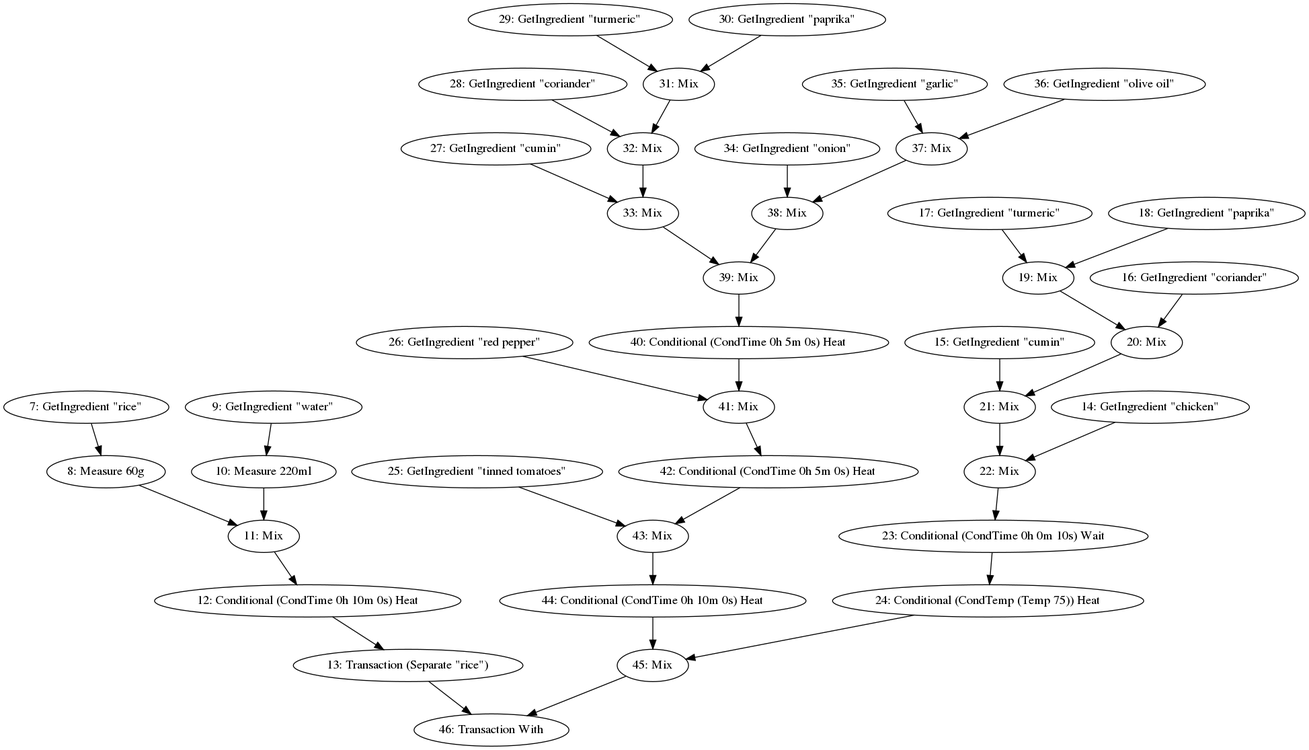
Before: jalfrezi.png, a diagram exported from Graphviz (Burtannia/recipe-scheduling). Its source is kept beside it as jalfrezi.dot.
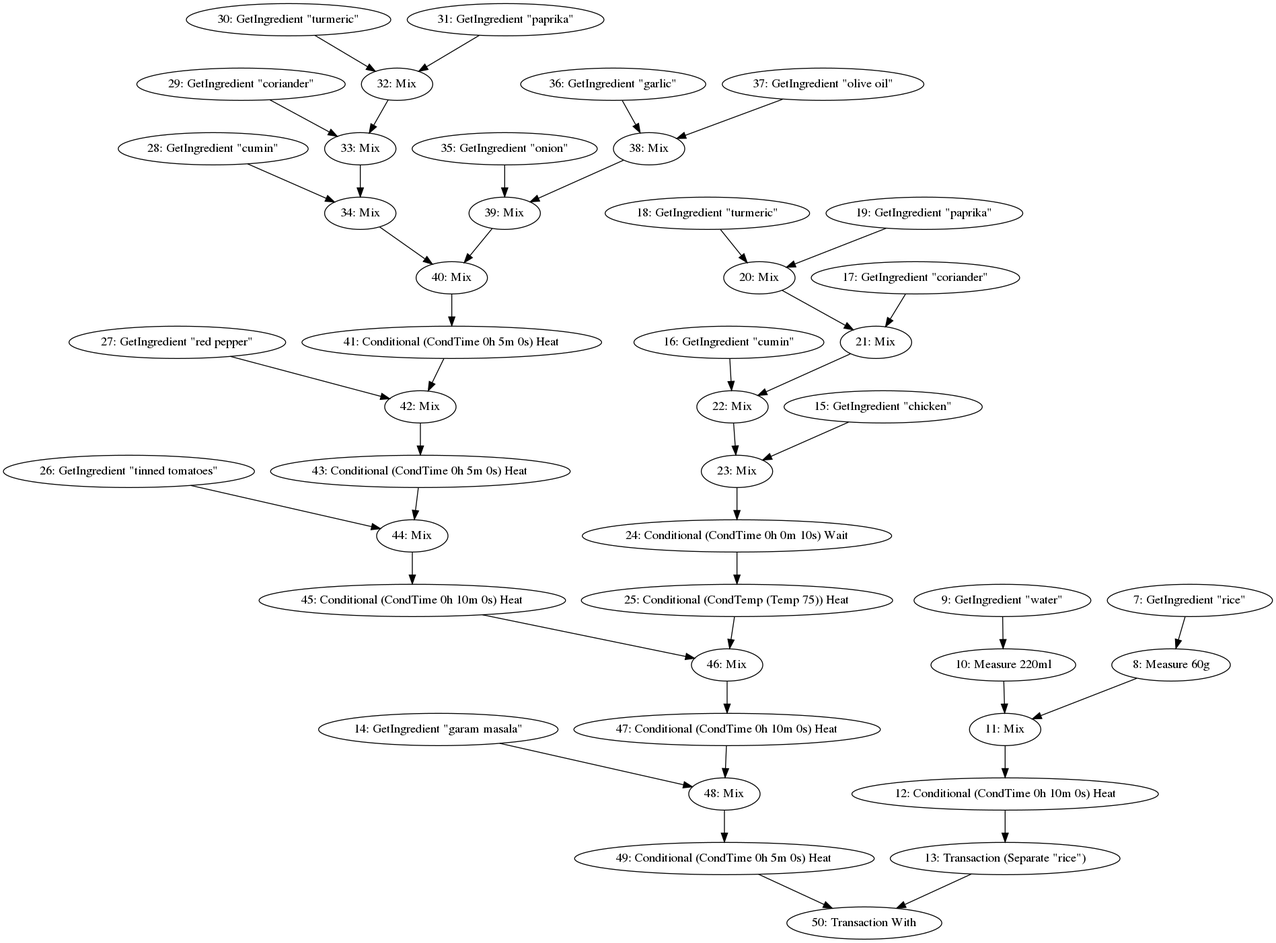
Above is the later version.

What changed in the source:
```diff
@@ -6,76 +6,84 @@
     "11: Mix";
     "12: Conditional (CondTime 0h 10m 0s) Heat";
     "13: Transaction (Separate \"rice\")";
-    "14: GetIngredient \"chicken\"";
-    "15: GetIngredient \"cumin\"";
-    "16: GetIngredient \"coriander\"";
-    "17: GetIngredient \"turmeric\"";
-    "18: GetIngredient \"paprika\"";
-    "19: Mix";
+    "14: GetIngredient \"garam masala\"";
+    "15: GetIngredient \"chicken\"";
+    "16: GetIngredient \"cumin\"";
+    "17: GetIngredient \"coriander\"";
+    "18: GetIngredient \"turmeric\"";
+    "19: GetIngredient \"paprika\"";
     "20: Mix";
     "21: Mix";
     "22: Mix";
-    "23: Conditional (CondTime 0h 0m 10s) Wait";
-    "24: Conditional (CondTemp (Temp 75)) Heat";
-    "25: GetIngredient \"tinned tomatoes\"";
-    "26: GetIngredient \"red pepper\"";
-    "27: GetIngredient \"cumin\"";
-    "28: GetIngredient \"coriander\"";
-    "29: GetIngredient \"turmeric\"";
-    "30: GetIngredient \"paprika\"";
-    "31: Mix";
+    "23: Mix";
+    "24: Conditional (CondTime 0h 0m 10s) Wait";
+    "25: Conditional (CondTemp (Temp 75)) Heat";
+    "26: GetIngredient \"tinned tomatoes\"";
+    "27: GetIngredient \"red pepper\"";
+    "28: GetIngredient \"cumin\"";
+    "29: GetIngredient \"coriander\"";
+    "30: GetIngredient \"turmeric\"";
+    "31: GetIngredient \"paprika\"";
     "32: Mix";
     "33: Mix";
-    "34: GetIngredient \"onion\"";
-    "35: GetIngredient \"garlic\"";
-    "36: GetIngredient \"olive oil\"";
-    "37: Mix";
+    "34: Mix";
+    "35: GetIngredient \"onion\"";
+    "36: GetIngredient \"garlic\"";
+    "37: GetIngredient \"olive oil\"";
     "38: Mix";
     "39: Mix";
-    "40: Conditional (CondTime 0h 5m 0s) Heat";
-    "41: Mix";
-    "42: Conditional (CondTime 0h 5m 0s) Heat";
-    "43: Mix";
-    "44: Conditional (CondTime 0h 10m 0s) Heat";
-    "45: Mix";
-    "46: Transaction With";
+    "40: Mix";
+    "41: Conditional (CondTime 0h 5m 0s) Heat";
+    "42: Mix";
+    "43: Conditional (CondTime 0h 5m 0s) Heat";
+    "44: Mix";
+    "45: Conditional (CondTime 0h 10m 0s) Heat";
+    "46: Mix";
+    "47: Conditional (CondTime 0h 10m 0s) Heat";
+    "48: Mix";
+    "49: Conditional (CondTime 0h 5m 0s) Heat";
+    "50: Transaction With";
     "7: GetIngredient \"rice\"" -> "8: Measure 60g";
     "8: Measure 60g" -> "11: Mix";
     "9: GetIngredient \"water\"" -> "10: Measure 220ml";
     "10: Measure 220ml" -> "11: Mix";
     "11: Mix" -> "12: Conditional (CondTime 0h 10m 0s) Heat";
     "12: Conditional (CondTime 0h 10m 0s) Heat" -> "13: Transaction (Separate \"rice\")";
-    "13: Transaction (Separate \"rice\")" -> "46: Transaction With";
-    "14: GetIngredient \"chicken\"" -> "22: Mix";
-    "15: GetIngredient \"cumin\"" -> "21: Mix";
-    "16: GetIngredient \"coriander\"" -> "20: Mix";
-    "17: GetIngredient \"turmeric\"" -> "19: Mix";
-    "18: GetIngredient \"paprika\"" -> "19: Mix";
-    "19: Mix" -> "20: Mix";
+    "13: Transaction (Separate \"rice\")" -> "50: Transaction With";
+    "14: GetIngredient \"garam masala\"" -> "48: Mix";
+    "15: GetIngredient \"chicken\"" -> "23: Mix";
+    "16: GetIngredient \"cumin\"" -> "22: Mix";
+    "17: GetIngredient \"coriander\"" -> "21: Mix";
+    "18: GetIngredient \"turmeric\"" -> "20: Mix";
+    "19: GetIngredient \"paprika\"" -> "20: Mix";
     "20: Mix" -> "21: Mix";
     "21: Mix" -> "22: Mix";
-    "22: Mix" -> "23: Conditional (CondTime 0h 0m 10s) Wait";
-    "23: Conditional (CondTime 0h 0m 10s) Wait" -> "24: Conditional (CondTemp (Temp 75)) Heat";
-    "24: Conditional (CondTemp (Temp 75)) Heat" -> "45: Mix";
-    "25: GetIngredient \"tinned tomatoes\"" -> "43: Mix";
-    "26: GetIngredient \"red pepper\"" -> "41: Mix";
-    "27: GetIngredient \"cumin\"" -> "33: Mix";
-    "28: GetIngredient \"coriander\"" -> "32: Mix";
-    "29: GetIngredient \"turmeric\"" -> "31: Mix";
-    "30: GetIngredient \"paprika\"" -> "31: Mix";
-    "31: Mix" -> "32: Mix";
+    "22: Mix" -> "23: Mix";
+    "23: Mix" -> "24: Conditional (CondTime 0h 0m 10s) Wait";
+    "24: Conditional (CondTime 0h 0m 10s) Wait" -> "25: Conditional (CondTemp (Temp 75)) Heat";
+    "25: Conditional (CondTemp (Temp 75)) Heat" -> "46: Mix";
+    "26: GetIngredient \"tinned tomatoes\"" -> "44: Mix";
+    "27: GetIngredient \"red pepper\"" -> "42: Mix";
+    "28: GetIngredient \"cumin\"" -> "34: Mix";
+    "29: GetIngredient \"coriander\"" -> "33: Mix";
+    "30: GetIngredient \"turmeric\"" -> "32: Mix";
+    "31: GetIngredient \"paprika\"" -> "32: Mix";
     "32: Mix" -> "33: Mix";
-    "33: Mix" -> "39: Mix";
-    "34: GetIngredient \"onion\"" -> "38: Mix";
-    "35: GetIngredient \"garlic\"" -> "37: Mix";
-    "36: GetIngredient \"olive oil\"" -> "37: Mix";
-    "37: Mix" -> "38: Mix";
+    "33: Mix" -> "34: Mix";
+    "34: Mix" -> "40: Mix";
+    "35: GetIngredient \"onion\"" -> "39: Mix";
+    "36: GetIngredient \"garlic\"" -> "38: Mix";
+    "37: GetIngredient \"olive oil\"" -> "38: Mix";
     "38: Mix" -> "39: Mix";
-    "39: Mix" -> "40: Conditional (CondTime 0h 5m 0s) Heat";
-    "40: Conditional (CondTime 0h 5m 0s) Heat" -> "41: Mix";
-    "41: Mix" -> "42: Conditional (CondTime 0h 5m 0s) Heat";
-    "42: Conditional (CondTime 0h 5m 0s) Heat" -> "43: Mix";
-    "43: Mix" -> "44: Conditional (CondTime 0h 10m 0s) Heat";
-    "44: Conditional (CondTime 0h 10m 0s) Heat" -> "45: Mix";
-    "45: Mix" -> "46: Transaction With";
+    "39: Mix" -> "40: Mix";
+    "40: Mix" -> "41: Conditional (CondTime 0h 5m 0s) Heat";
+    "41: Conditional (CondTime 0h 5m 0s) Heat" -> "42: Mix";
+    "42: Mix" -> "43: Conditional (CondTime 0h 5m 0s) Heat";
+    "43: Conditional (CondTime 0h 5m 0s) Heat" -> "44: Mix";
+    "44: Mix" -> "45: Conditional (CondTime 0h 10m 0s) Heat";
+    "45: Conditional (CondTime 0h 10m 0s) Heat" -> "46: Mix";
+    "46: Mix" -> "47: Conditional (CondTime 0h 10m 0s) Heat";
+    "47: Conditional (CondTime 0h 10m 0s) Heat" -> "48: Mix";
+    "48: Mix" -> "49: Conditional (CondTime 0h 5m 0s) Heat";
+    "49: Conditional (CondTime 0h 5m 0s) Heat" -> "50: Transaction With";
 }
```
